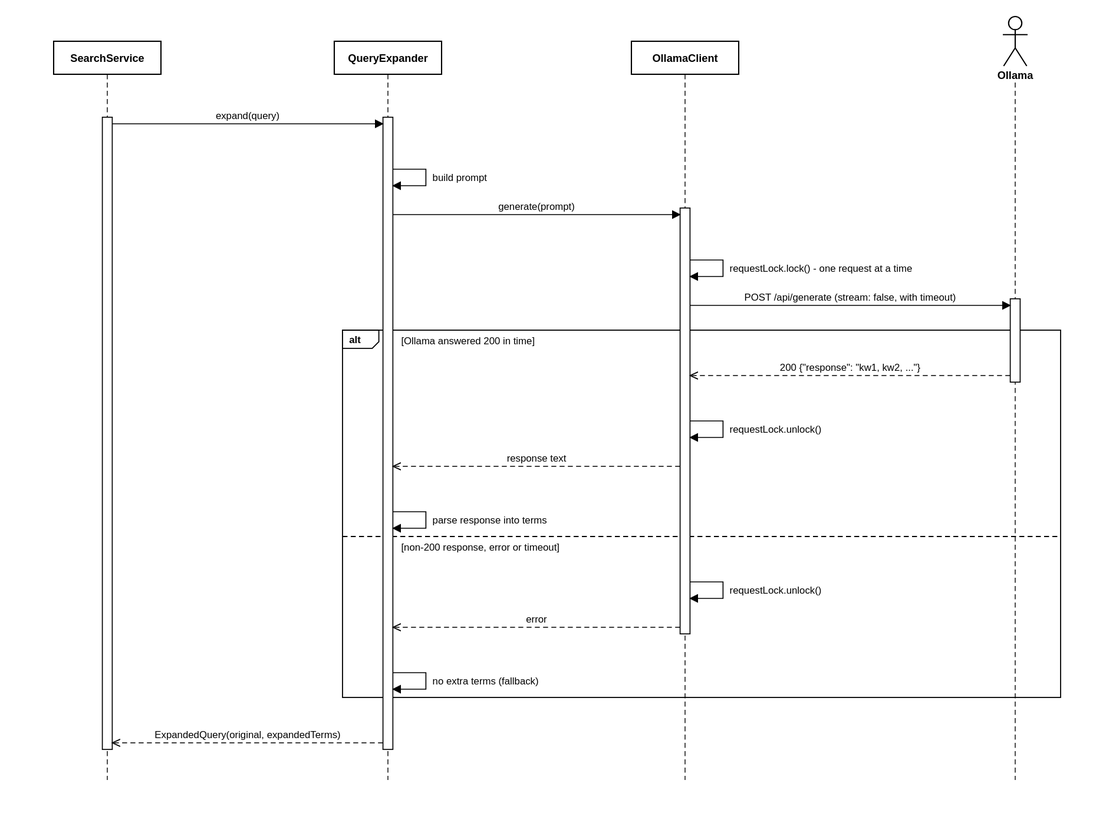
The draw.io diagram docs/uml/seq-expand-query.drawio.svg in setrios/parallel-inverted-index-search-llm, before a commit. Source tidied: cells renumbered, new cells last; positions are measured from the earlier drawing's top-left corner, leaving out a move shared by most shapes.
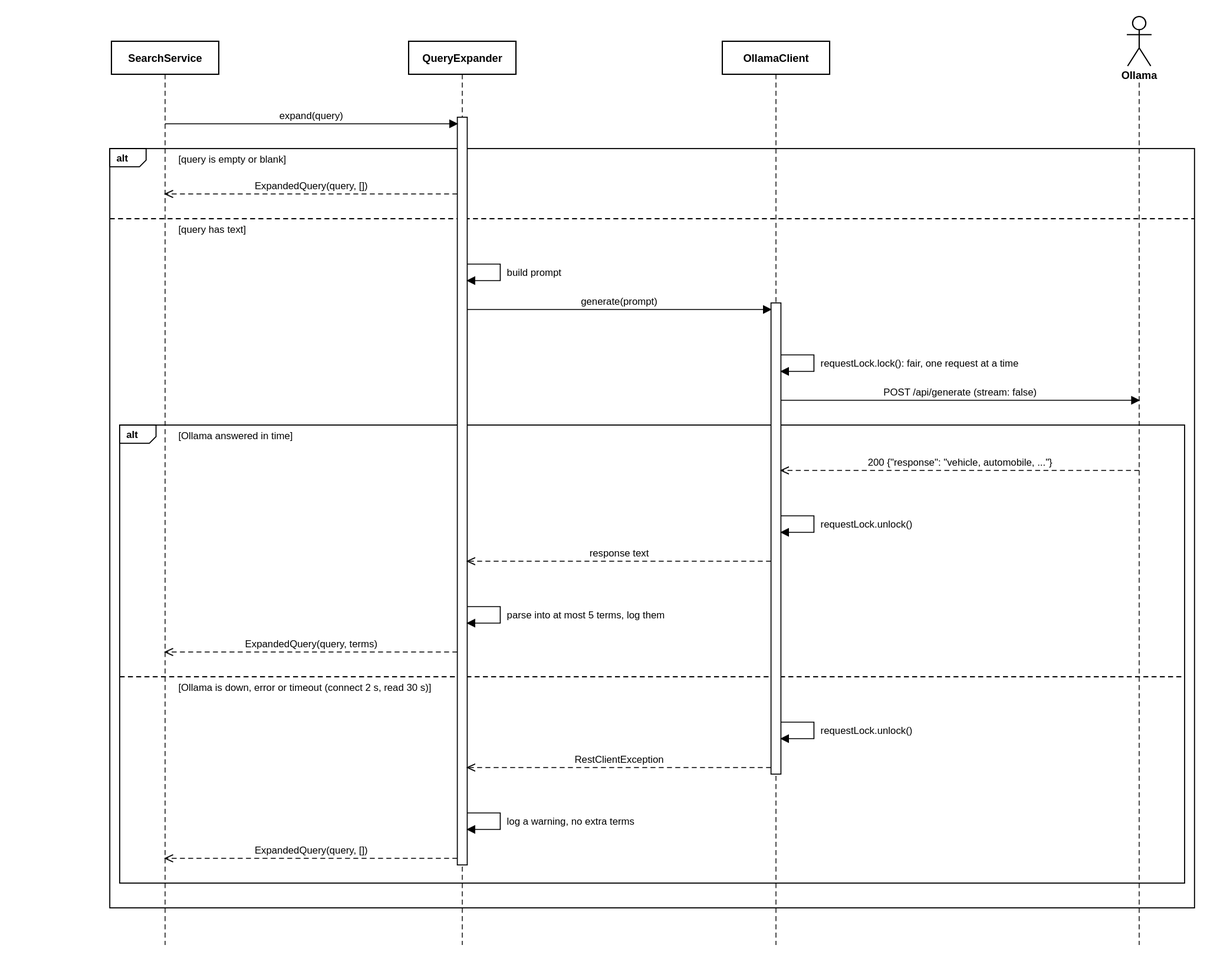
Later version of the same file.

What changed in the source:
```diff
@@ -3,169 +3,190 @@
     <mxCell id="0" />
     <mxCell id="1" parent="0" />
     <mxCell id="2" value="SearchService" style="shape=umlLifeline;perimeter=lifelinePerimeter;whiteSpace=wrap;html=1;size=40;fontStyle=1;" parent="1" vertex="1">
-      <mxGeometry y="30" width="130" height="895" as="geometry" />
+      <mxGeometry x="70" y="30" width="130" height="1095" as="geometry" />
     </mxCell>
     <mxCell id="3" value="QueryExpander" style="shape=umlLifeline;perimeter=lifelinePerimeter;whiteSpace=wrap;html=1;size=40;fontStyle=1;" parent="1" vertex="1">
-      <mxGeometry x="340" y="30" width="130" height="895" as="geometry" />
+      <mxGeometry x="430" y="30" width="130" height="1095" as="geometry" />
     </mxCell>
     <mxCell id="4" value="OllamaClient" style="shape=umlLifeline;perimeter=lifelinePerimeter;whiteSpace=wrap;html=1;size=40;fontStyle=1;" parent="1" vertex="1">
-      <mxGeometry x="700" y="30" width="130" height="895" as="geometry" />
+      <mxGeometry x="810" y="30" width="130" height="1095" as="geometry" />
     </mxCell>
     <mxCell id="5" value="Ollama" style="shape=umlActor;verticalLabelPosition=bottom;verticalAlign=top;html=1;fontStyle=1;" parent="1" vertex="1">
-      <mxGeometry x="1150" width="30" height="60" as="geometry" />
+      <mxGeometry x="1300" width="30" height="60" as="geometry" />
     </mxCell>
     <mxCell id="6" style="endArrow=none;dashed=1;html=1;" parent="1" edge="1">
       <mxGeometry relative="1" as="geometry">
-        <mxPoint x="1165" y="80" as="sourcePoint" />
-        <mxPoint x="1165" y="925" as="targetPoint" />
+        <mxPoint x="1315" y="80" as="sourcePoint" />
+        <mxPoint x="1315" y="1125" as="targetPoint" />
       </mxGeometry>
     </mxCell>
     <mxCell id="7" value="alt" style="shape=umlFrame;whiteSpace=wrap;html=1;width=44;height=22;fillColor=none;fontStyle=1;" parent="1" vertex="1">
-      <mxGeometry x="350" y="380" width="870" height="445" as="geometry" />
+      <mxGeometry x="80" y="495" width="1290" height="555" as="geometry" />
     </mxCell>
-    <mxCell id="8" value="[Ollama answered 200 in time]" style="text;html=1;align=left;verticalAlign=middle;" parent="1" vertex="1">
-      <mxGeometry x="421" y="384" width="260" height="18" as="geometry" />
+    <mxCell id="8" value="[Ollama answered in time]" style="text;html=1;align=left;verticalAlign=middle;" parent="1" vertex="1">
+      <mxGeometry x="151" y="499" width="260" height="18" as="geometry" />
     </mxCell>
-    <mxCell id="9" value="[non-200 response, error or timeout]" style="text;html=1;align=left;verticalAlign=middle;" parent="1" vertex="1">
-      <mxGeometry x="421" y="634" width="260" height="18" as="geometry" />
+    <mxCell id="9" value="[Ollama is down, error or timeout (connect 2 s, read 30 s)]" style="text;html=1;align=left;verticalAlign=middle;" parent="1" vertex="1">
+      <mxGeometry x="151" y="804" width="260" height="18" as="geometry" />
     </mxCell>
     <mxCell id="10" style="endArrow=none;dashed=1;html=1;" parent="1" edge="1">
       <mxGeometry relative="1" as="geometry">
-        <mxPoint x="350" y="630" as="sourcePoint" />
-        <mxPoint x="1220" y="630" as="targetPoint" />
+        <mxPoint x="80" y="800" as="sourcePoint" />
+        <mxPoint x="1370" y="800" as="targetPoint" />
       </mxGeometry>
     </mxCell>
+    <mxCell id="34" value="alt" style="shape=umlFrame;whiteSpace=wrap;html=1;width=44;height=22;fillColor=none;fontStyle=1;" parent="1" vertex="1">
+      <mxGeometry x="68" y="160" width="1314" height="920" as="geometry" />
+    </mxCell>
+    <mxCell id="35" value="[query is empty or blank]" style="text;html=1;align=left;verticalAlign=middle;" parent="1" vertex="1">
+      <mxGeometry x="151" y="164" width="260" height="18" as="geometry" />
+    </mxCell>
+    <mxCell id="36" value="[query has text]" style="text;html=1;align=left;verticalAlign=middle;" parent="1" vertex="1">
+      <mxGeometry x="151" y="249" width="260" height="18" as="geometry" />
+    </mxCell>
+    <mxCell id="37" style="endArrow=none;dashed=1;html=1;" parent="1" edge="1">
+      <mxGeometry relative="1" as="geometry">
+        <mxPoint x="68" y="245" as="sourcePoint" />
+        <mxPoint x="1382" y="245" as="targetPoint" />
+      </mxGeometry>
+    </mxCell>
     <mxCell id="11" style="html=1;" parent="1" vertex="1">
-      <mxGeometry x="59" y="122" width="12" height="766" as="geometry" />
+      <mxGeometry x="489" y="122" width="12" height="906" as="geometry" />
     </mxCell>
     <mxCell id="12" style="html=1;" parent="1" vertex="1">
-      <mxGeometry x="399" y="122" width="12" height="766" as="geometry" />
+      <mxGeometry x="869" y="347" width="12" height="571" as="geometry" />
     </mxCell>
-    <mxCell id="13" style="html=1;" parent="1" vertex="1">
-      <mxGeometry x="759" y="232" width="12" height="516" as="geometry" />
-    </mxCell>
-    <mxCell id="14" style="html=1;" parent="1" vertex="1">
-      <mxGeometry x="1159" y="342" width="12" height="101" as="geometry" />
-    </mxCell>
     <mxCell id="15" value="expand(query)" style="html=1;verticalAlign=bottom;endArrow=block;endFill=1;edgeStyle=none;" parent="1" edge="1">
       <mxGeometry relative="1" as="geometry">
-        <mxPoint x="71" y="130" as="sourcePoint" />
-        <mxPoint x="399" y="130" as="targetPoint" />
+        <mxPoint x="135" y="130" as="sourcePoint" />
+        <mxPoint x="489" y="130" as="targetPoint" />
       </mxGeometry>
     </mxCell>
+    <mxCell id="38" value="ExpandedQuery(query, [])" style="html=1;verticalAlign=bottom;endArrow=open;endFill=0;dashed=1;edgeStyle=none;" parent="1" edge="1">
+      <mxGeometry relative="1" as="geometry">
+        <mxPoint x="489" y="215" as="sourcePoint" />
+        <mxPoint x="135" y="215" as="targetPoint" />
+      </mxGeometry>
+    </mxCell>
     <mxCell id="16" style="html=1;endArrow=block;endFill=1;edgeStyle=none;" parent="1" edge="1">
       <mxGeometry relative="1" as="geometry">
-        <mxPoint x="411" y="185" as="sourcePoint" />
-        <mxPoint x="411" y="205" as="targetPoint" />
+        <mxPoint x="501" y="300" as="sourcePoint" />
+        <mxPoint x="501" y="320" as="targetPoint" />
         <Array as="points">
-          <mxPoint x="451" y="185" />
-          <mxPoint x="451" y="205" />
+          <mxPoint x="541" y="300" />
+          <mxPoint x="541" y="320" />
         </Array>
       </mxGeometry>
     </mxCell>
     <mxCell id="17" value="build prompt" style="text;html=1;align=left;verticalAlign=middle;" parent="1" vertex="1">
-      <mxGeometry x="457" y="186" width="320" height="18" as="geometry" />
+      <mxGeometry x="547" y="301" width="320" height="18" as="geometry" />
     </mxCell>
     <mxCell id="18" value="generate(prompt)" style="html=1;verticalAlign=bottom;endArrow=block;endFill=1;edgeStyle=none;" parent="1" edge="1">
       <mxGeometry relative="1" as="geometry">
-        <mxPoint x="411" y="240" as="sourcePoint" />
-        <mxPoint x="759" y="240" as="targetPoint" />
+        <mxPoint x="501" y="355" as="sourcePoint" />
+        <mxPoint x="869" y="355" as="targetPoint" />
       </mxGeometry>
     </mxCell>
     <mxCell id="19" style="html=1;endArrow=block;endFill=1;edgeStyle=none;" parent="1" edge="1">
       <mxGeometry relative="1" as="geometry">
-        <mxPoint x="771" y="295" as="sourcePoint" />
-        <mxPoint x="771" y="315" as="targetPoint" />
+        <mxPoint x="881" y="410" as="sourcePoint" />
+        <mxPoint x="881" y="430" as="targetPoint" />
         <Array as="points">
-          <mxPoint x="811" y="295" />
-          <mxPoint x="811" y="315" />
+          <mxPoint x="921" y="410" />
+          <mxPoint x="921" y="430" />
         </Array>
       </mxGeometry>
     </mxCell>
-    <mxCell id="20" value="requestLock.lock() - one request at a time" style="text;html=1;align=left;verticalAlign=middle;" parent="1" vertex="1">
-      <mxGeometry x="817" y="296" width="320" height="18" as="geometry" />
+    <mxCell id="20" value="requestLock.lock(): fair, one request at a time" style="text;html=1;align=left;verticalAlign=middle;" parent="1" vertex="1">
+      <mxGeometry x="927" y="411" width="320" height="18" as="geometry" />
     </mxCell>
-    <mxCell id="21" value="POST /api/generate (stream: false, with timeout)" style="html=1;verticalAlign=bottom;endArrow=block;endFill=1;edgeStyle=none;" parent="1" edge="1">
+    <mxCell id="21" value="POST /api/generate (stream: false)" style="html=1;verticalAlign=bottom;endArrow=block;endFill=1;edgeStyle=none;" parent="1" edge="1">
       <mxGeometry relative="1" as="geometry">
-        <mxPoint x="771" y="350" as="sourcePoint" />
-        <mxPoint x="1159" y="350" as="targetPoint" />
+        <mxPoint x="881" y="465" as="sourcePoint" />
+        <mxPoint x="1315" y="465" as="targetPoint" />
       </mxGeometry>
     </mxCell>
-    <mxCell id="22" value="200 {&quot;response&quot;: &quot;kw1, kw2, ...&quot;}" style="html=1;verticalAlign=bottom;endArrow=open;endFill=0;dashed=1;edgeStyle=none;" parent="1" edge="1">
+    <mxCell id="22" value="200 {&quot;response&quot;: &quot;vehicle, automobile, ...&quot;}" style="html=1;verticalAlign=bottom;endArrow=open;endFill=0;dashed=1;edgeStyle=none;" parent="1" edge="1">
       <mxGeometry relative="1" as="geometry">
-        <mxPoint x="1159" y="435" as="sourcePoint" />
-        <mxPoint x="771" y="435" as="targetPoint" />
+        <mxPoint x="1315" y="550" as="sourcePoint" />
+        <mxPoint x="881" y="550" as="targetPoint" />
       </mxGeometry>
     </mxCell>
     <mxCell id="23" style="html=1;endArrow=block;endFill=1;edgeStyle=none;" parent="1" edge="1">
       <mxGeometry relative="1" as="geometry">
-        <mxPoint x="771" y="490" as="sourcePoint" />
-        <mxPoint x="771" y="510" as="targetPoint" />
+        <mxPoint x="881" y="605" as="sourcePoint" />
+        <mxPoint x="881" y="625" as="targetPoint" />
         <Array as="points">
-          <mxPoint x="811" y="490" />
-          <mxPoint x="811" y="510" />
+          <mxPoint x="921" y="605" />
+          <mxPoint x="921" y="625" />
         </Array>
       </mxGeometry>
     </mxCell>
     <mxCell id="24" value="requestLock.unlock()" style="text;html=1;align=left;verticalAlign=middle;" parent="1" vertex="1">
-      <mxGeometry x="817" y="491" width="320" height="18" as="geometry" />
+      <mxGeometry x="927" y="606" width="320" height="18" as="geometry" />
     </mxCell>
     <mxCell id="25" value="response text" style="html=1;verticalAlign=bottom;endArrow=open;endFill=0;dashed=1;edgeStyle=none;" parent="1" edge="1">
       <mxGeometry relative="1" as="geometry">
-        <mxPoint x="759" y="545" as="sourcePoint" />
-        <mxPoint x="411" y="545" as="targetPoint" />
+        <mxPoint x="869" y="660" as="sourcePoint" />
+        <mxPoint x="501" y="660" as="targetPoint" />
       </mxGeometry>
     </mxCell>
     <mxCell id="26" style="html=1;endArrow=block;endFill=1;edgeStyle=none;" parent="1" edge="1">
       <mxGeometry relative="1" as="geometry">
-        <mxPoint x="411" y="600" as="sourcePoint" />
-        <mxPoint x="411" y="620" as="targetPoint" />
+        <mxPoint x="501" y="715" as="sourcePoint" />
+        <mxPoint x="501" y="735" as="targetPoint" />
         <Array as="points">
-          <mxPoint x="451" y="600" />
-          <mxPoint x="451" y="620" />
+          <mxPoint x="541" y="715" />
+          <mxPoint x="541" y="735" />
         </Array>
       </mxGeometry>
     </mxCell>
-    <mxCell id="27" value="parse response into terms" style="text;html=1;align=left;verticalAlign=middle;" parent="1" vertex="1">
-      <mxGeometry x="457" y="601" width="320" height="18" as="geometry" />
+    <mxCell id="27" value="parse into at most 5 terms, log them" style="text;html=1;align=left;verticalAlign=middle;" parent="1" vertex="1">
+      <mxGeometry x="547" y="716" width="320" height="18" as="geometry" />
     </mxCell>
+    <mxCell id="39" value="ExpandedQuery(query, terms)" style="html=1;verticalAlign=bottom;endArrow=open;endFill=0;dashed=1;edgeStyle=none;" parent="1" edge="1">
+      <mxGeometry relative="1" as="geometry">
+        <mxPoint x="489" y="770" as="sourcePoint" />
+        <mxPoint x="135" y="770" as="targetPoint" />
+      </mxGeometry>
+    </mxCell>
     <mxCell id="28" style="html=1;endArrow=block;endFill=1;edgeStyle=none;" parent="1" edge="1">
       <mxGeometry relative="1" as="geometry">
-        <mxPoint x="771" y="685" as="sourcePoint" />
-        <mxPoint x="771" y="705" as="targetPoint" />
+        <mxPoint x="881" y="855" as="sourcePoint" />
+        <mxPoint x="881" y="875" as="targetPoint" />
         <Array as="points">
-          <mxPoint x="811" y="685" />
-          <mxPoint x="811" y="705" />
+          <mxPoint x="921" y="855" />
+          <mxPoint x="921" y="875" />
         </Array>
       </mxGeometry>
     </mxCell>
     <mxCell id="29" value="requestLock.unlock()" style="text;html=1;align=left;verticalAlign=middle;" parent="1" vertex="1">
-      <mxGeometry x="817" y="686" width="320" height="18" as="geometry" />
+      <mxGeometry x="927" y="856" width="320" height="18" as="geometry" />
     </mxCell>
-    <mxCell id="30" value="error" style="html=1;verticalAlign=bottom;endArrow=open;endFill=0;dashed=1;edgeStyle=none;" parent="1" edge="1">
+    <mxCell id="30" value="RestClientException" style="html=1;verticalAlign=bottom;endArrow=open;endFill=0;dashed=1;edgeStyle=none;" parent="1" edge="1">
       <mxGeometry relative="1" as="geometry">
-        <mxPoint x="759" y="740" as="sourcePoint" />
-        <mxPoint x="411" y="740" as="targetPoint" />
+        <mxPoint x="869" y="910" as="sourcePoint" />
+        <mxPoint x="501" y="910" as="targetPoint" />
       </mxGeometry>
     </mxCell>
     <mxCell id="31" style="html=1;endArrow=block;endFill=1;edgeStyle=none;" parent="1" edge="1">
       <mxGeometry relative="1" as="geometry">
-        <mxPoint x="411" y="795" as="sourcePoint" />
-        <mxPoint x="411" y="815" as="targetPoint" />
+        <mxPoint x="501" y="965" as="sourcePoint" />
+        <mxPoint x="501" y="985" as="targetPoint" />
         <Array as="points">
-          <mxPoint x="451" y="795" />
-          <mxPoint x="451" y="815" />
+          <mxPoint x="541" y="965" />
+          <mxPoint x="541" y="985" />
         </Array>
       </mxGeometry>
     </mxCell>
-    <mxCell id="32" value="no extra terms (fallback)" style="text;html=1;align=left;verticalAlign=middle;" parent="1" vertex="1">
-      <mxGeometry x="457" y="796" width="320" height="18" as="geometry" />
+    <mxCell id="32" value="log a warning, no extra terms" style="text;html=1;align=left;verticalAlign=middle;" parent="1" vertex="1">
+      <mxGeometry x="547" y="966" width="320" height="18" as="geometry" />
     </mxCell>
-    <mxCell id="33" value="ExpandedQuery(original, expandedTerms)" style="html=1;verticalAlign=bottom;endArrow=open;endFill=0;dashed=1;edgeStyle=none;" parent="1" edge="1">
-      <mxGeometry relative="1" as="geometry">
-        <mxPoint x="399" y="880" as="sourcePoint" />
-        <mxPoint x="71" y="880" as="targetPoint" />
-      </mxGeometry>
-    </mxCell>
+    <mxCell id="40" value="ExpandedQuery(query, [])" style="html=1;verticalAlign=bottom;endArrow=open;endFill=0;dashed=1;edgeStyle=none;" parent="1" edge="1">
+      <mxGeometry relative="1" as="geometry">
+        <mxPoint x="489" y="1020" as="sourcePoint" />
+        <mxPoint x="135" y="1020" as="targetPoint" />
+      </mxGeometry>
+    </mxCell>
   </root>
 </mxGraphModel>
```
